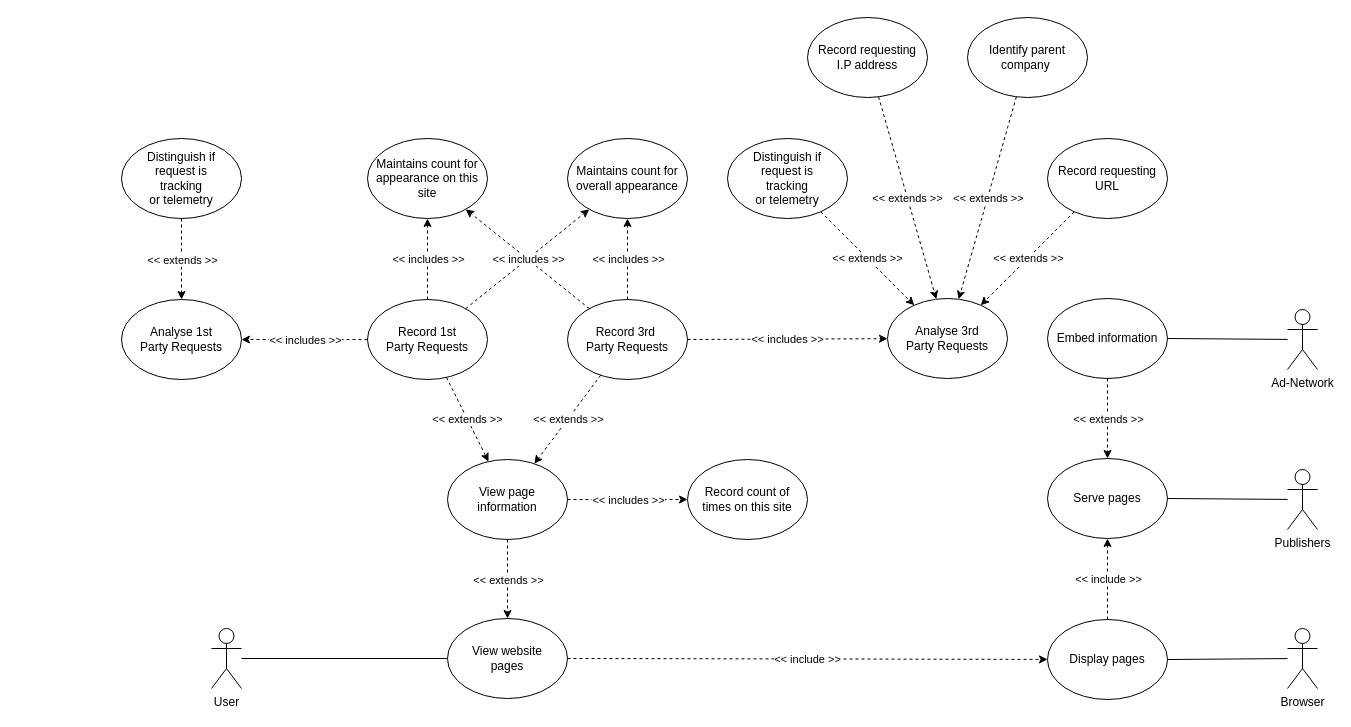
19ATF72/Telemetry-Analysis keeps this draw.io diagram as documentation/Use-Cases/Record-Analyse-Request.drawio. Above is the earlier version. Source tidied: cells renumbered, new cells numbered last; positions are measured from the earlier drawing's top-left corner, leaving out a move shared by most shapes. Both pictures are drawn from the tidied source at 100%, with x=0, y=0 at pixel (121, 17).
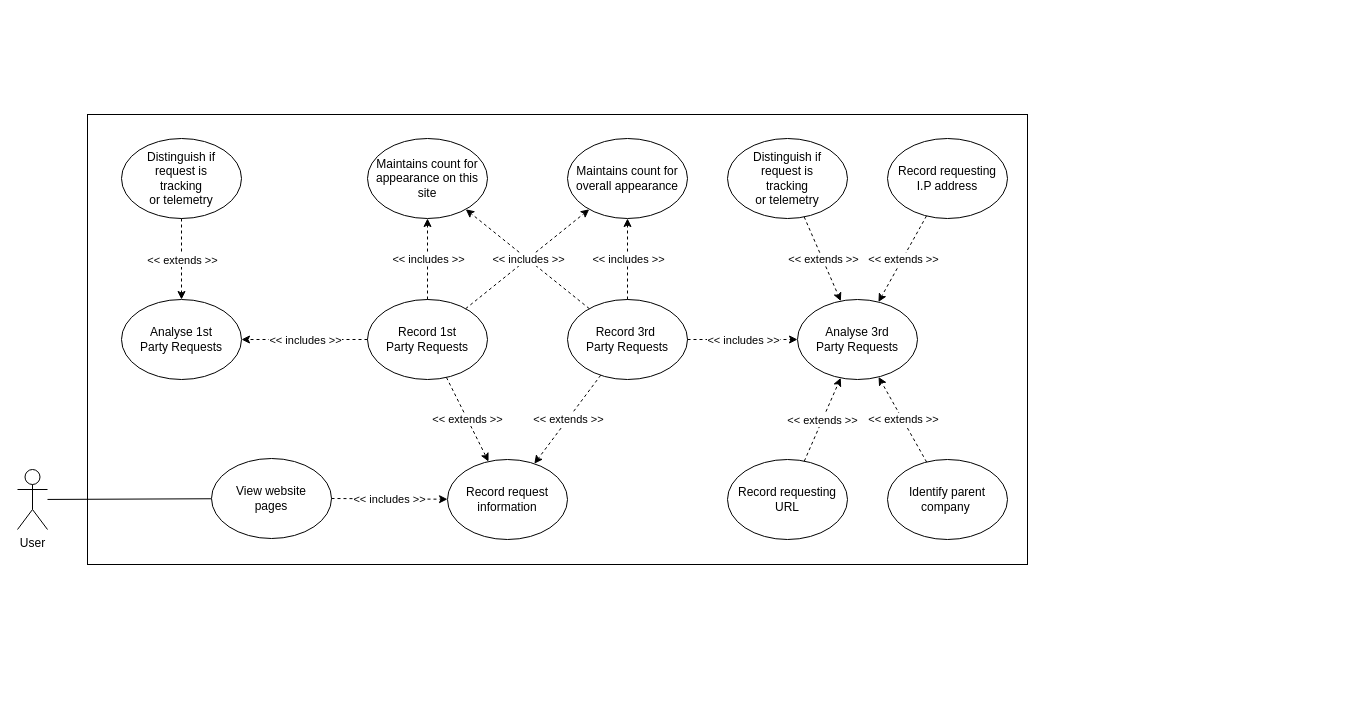
The same diagram, later.

What changed in the source:
```diff
@@
+    <mxCell id="63" style="rounded=0;whiteSpace=wrap;html=1;" parent="1" vertex="1">
+      <mxGeometry x="-34" y="97" width="940" height="450" as="geometry" />
+    </mxCell>
     <mxCell id="2" value="User" style="shape=umlActor;verticalLabelPosition=bottom;verticalAlign=top;html=1;outlineConnect=0;" parent="1" vertex="1">
-      <mxGeometry x="90" y="611" width="30" height="60" as="geometry" />
+      <mxGeometry x="-104" y="452" width="30" height="60" as="geometry" />
     </mxCell>
-    <mxCell id="3" value="Browser" style="shape=umlActor;verticalLabelPosition=bottom;verticalAlign=top;html=1;outlineConnect=0;" parent="1" vertex="1">
-      <mxGeometry x="1166" y="611" width="30" height="60" as="geometry" />
-    </mxCell>
-    <mxCell id="4" value="Publishers" style="shape=umlActor;verticalLabelPosition=bottom;verticalAlign=top;html=1;outlineConnect=0;" parent="1" vertex="1">
-      <mxGeometry x="1166" y="452" width="30" height="60" as="geometry" />
-    </mxCell>
-    <mxCell id="5" value="Ad-Network&lt;br&gt;" style="shape=umlActor;verticalLabelPosition=bottom;verticalAlign=top;html=1;outlineConnect=0;" parent="1" vertex="1">
-      <mxGeometry x="1166" y="292" width="30" height="60" as="geometry" />
-    </mxCell>
@@
     <mxCell id="7" value="View website&lt;br&gt;pages" style="ellipse;whiteSpace=wrap;html=1;" parent="1" vertex="1">
-      <mxGeometry x="326" y="601" width="120" height="80" as="geometry" />
+      <mxGeometry x="90" y="441" width="120" height="80" as="geometry" />
     </mxCell>
-    <mxCell id="8" value="Display pages" style="ellipse;whiteSpace=wrap;html=1;" parent="1" vertex="1">
-      <mxGeometry x="926" y="602" width="120" height="80" as="geometry" />
-    </mxCell>
-    <mxCell id="9" style="endArrow=none;html=1;" parent="1" edge="1" source="8" target="3">
-      <mxGeometry relative="1" as="geometry" />
-    </mxCell>
-    <mxCell id="10" value="Serve pages" style="ellipse;whiteSpace=wrap;html=1;" parent="1" vertex="1">
-      <mxGeometry x="926" y="441" width="120" height="80" as="geometry" />
-    </mxCell>
-    <mxCell id="11" style="endArrow=classic;html=1;dashed=1;" parent="1" edge="1" source="7" target="8">
-      <mxGeometry relative="1" as="geometry" />
-    </mxCell>
-    <mxCell id="12" value="&amp;lt;&amp;lt; include &amp;gt;&amp;gt;" style="edgeLabel;html=1;align=center;verticalAlign=middle;" parent="11" vertex="1">
-      <mxGeometry relative="1" as="geometry" />
-    </mxCell>
-    <mxCell id="13" style="endArrow=classic;html=1;dashed=1;" parent="1" edge="1" source="8" target="10">
-      <mxGeometry relative="1" as="geometry" />
-    </mxCell>
-    <mxCell id="14" value="&amp;lt;&amp;lt; include &amp;gt;&amp;gt;" style="edgeLabel;html=1;align=center;verticalAlign=middle;" parent="13" vertex="1">
-      <mxGeometry relative="1" as="geometry" />
-    </mxCell>
-    <mxCell id="15" style="endArrow=none;html=1;" parent="1" edge="1" source="10" target="4">
-      <mxGeometry relative="1" as="geometry" />
-    </mxCell>
-    <mxCell id="16" value="Embed information" style="ellipse;whiteSpace=wrap;html=1;" parent="1" vertex="1">
-      <mxGeometry x="926" y="281" width="120" height="80" as="geometry" />
-    </mxCell>
-    <mxCell id="17" style="endArrow=classic;html=1;dashed=1;" parent="1" edge="1" source="16" target="10">
-      <mxGeometry relative="1" as="geometry" />
-    </mxCell>
-    <mxCell id="18" value="&amp;lt;&amp;lt; extends &amp;gt;&amp;gt;" style="edgeLabel;html=1;align=center;verticalAlign=middle;" parent="17" vertex="1">
-      <mxGeometry relative="1" as="geometry" />
-    </mxCell>
-    <mxCell id="19" style="endArrow=none;html=1;" parent="1" edge="1" source="16" target="5">
-      <mxGeometry relative="1" as="geometry" />
-    </mxCell>
@@
-    <mxCell id="25" value="View page information" style="ellipse;whiteSpace=wrap;html=1;" parent="1" vertex="1">
+    <mxCell id="25" value="Record request information" style="ellipse;whiteSpace=wrap;html=1;" parent="1" vertex="1">
       <mxGeometry x="326" y="442" width="120" height="80" as="geometry" />
     </mxCell>
-    <mxCell id="26" style="endArrow=classic;html=1;dashed=1;" parent="1" edge="1" source="25" target="7">
-      <mxGeometry relative="1" as="geometry" />
-    </mxCell>
-    <mxCell id="27" value="&amp;lt;&amp;lt; extends &amp;gt;&amp;gt;" style="edgeLabel;html=1;align=center;verticalAlign=middle;" parent="26" vertex="1">
-      <mxGeometry relative="1" as="geometry" />
-    </mxCell>
@@
     <mxCell id="40" value="Analyse 3rd&lt;br&gt;Party Requests" style="ellipse;whiteSpace=wrap;html=1;" parent="1" vertex="1">
-      <mxGeometry x="766" y="281" width="120" height="80" as="geometry" />
+      <mxGeometry x="676" y="282" width="120" height="80" as="geometry" />
     </mxCell>
@@
     <mxCell id="51" value="Record requesting&lt;br&gt;I.P address" style="ellipse;whiteSpace=wrap;html=1;" parent="1" vertex="1">
-      <mxGeometry x="686" width="120" height="80" as="geometry" />
+      <mxGeometry x="766" y="121" width="120" height="80" as="geometry" />
     </mxCell>
     <mxCell id="52" value="Record requesting&lt;br&gt;URL" style="ellipse;whiteSpace=wrap;html=1;" parent="1" vertex="1">
-      <mxGeometry x="926" y="121" width="120" height="80" as="geometry" />
+      <mxGeometry x="606" y="442" width="120" height="80" as="geometry" />
     </mxCell>
@@
-    <mxCell id="57" value="Record count of &lt;br&gt;times on this site" style="ellipse;whiteSpace=wrap;html=1;" parent="1" vertex="1">
-      <mxGeometry x="566" y="442" width="120" height="80" as="geometry" />
-    </mxCell>
-    <mxCell id="58" style="endArrow=classic;html=1;dashed=1;" parent="1" edge="1" source="25" target="57">
-      <mxGeometry relative="1" as="geometry" />
-    </mxCell>
-    <mxCell id="59" value="&amp;lt;&amp;lt; includes &amp;gt;&amp;gt;" style="edgeLabel;html=1;align=center;verticalAlign=middle;" parent="58" vertex="1">
-      <mxGeometry relative="1" as="geometry" />
-    </mxCell>
     <mxCell id="60" value="Identify parent company&amp;nbsp;" style="ellipse;whiteSpace=wrap;html=1;" parent="1" vertex="1">
-      <mxGeometry x="846" width="120" height="80" as="geometry" />
+      <mxGeometry x="766" y="442" width="120" height="80" as="geometry" />
     </mxCell>
@@
+    <mxCell id="64" style="endArrow=classic;html=1;dashed=1;" parent="1" edge="1" source="7" target="25">
+      <mxGeometry relative="1" as="geometry" />
+    </mxCell>
+    <mxCell id="59" value="&amp;lt;&amp;lt; includes &amp;gt;&amp;gt;" style="edgeLabel;html=1;align=center;verticalAlign=middle;" parent="64" vertex="1">
+      <mxGeometry relative="1" as="geometry" />
+    </mxCell>
```
